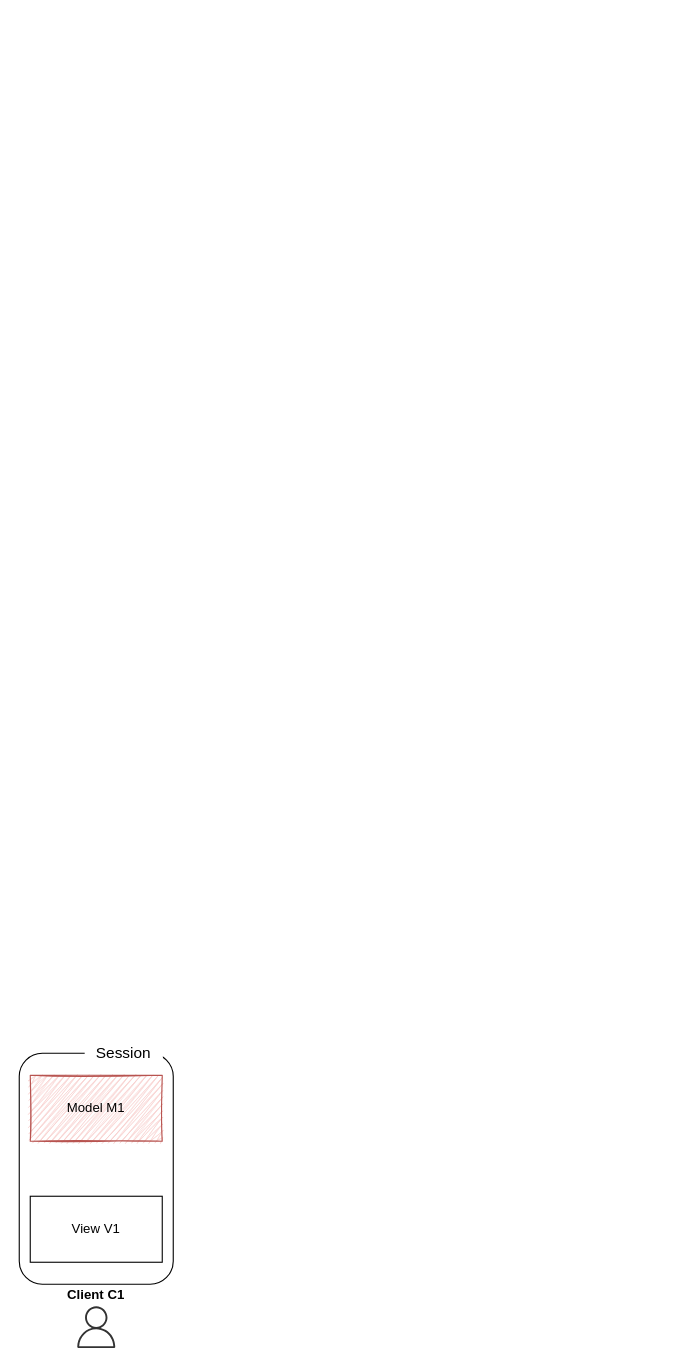
Earlier version of the draw.io diagram page "OneUser" (1 of 7) of demos/swd21/croquet/croquet-uc.drawio (LivelyKernel/lively4-core). Source tidied: cells renumbered, new cells numbered last; positions are measured from the earlier drawing's top-left corner, leaving out a move shared by most shapes. Both pictures are drawn from the tidied source at 110%, with x=0, y=0 at pixel (19, 1042).
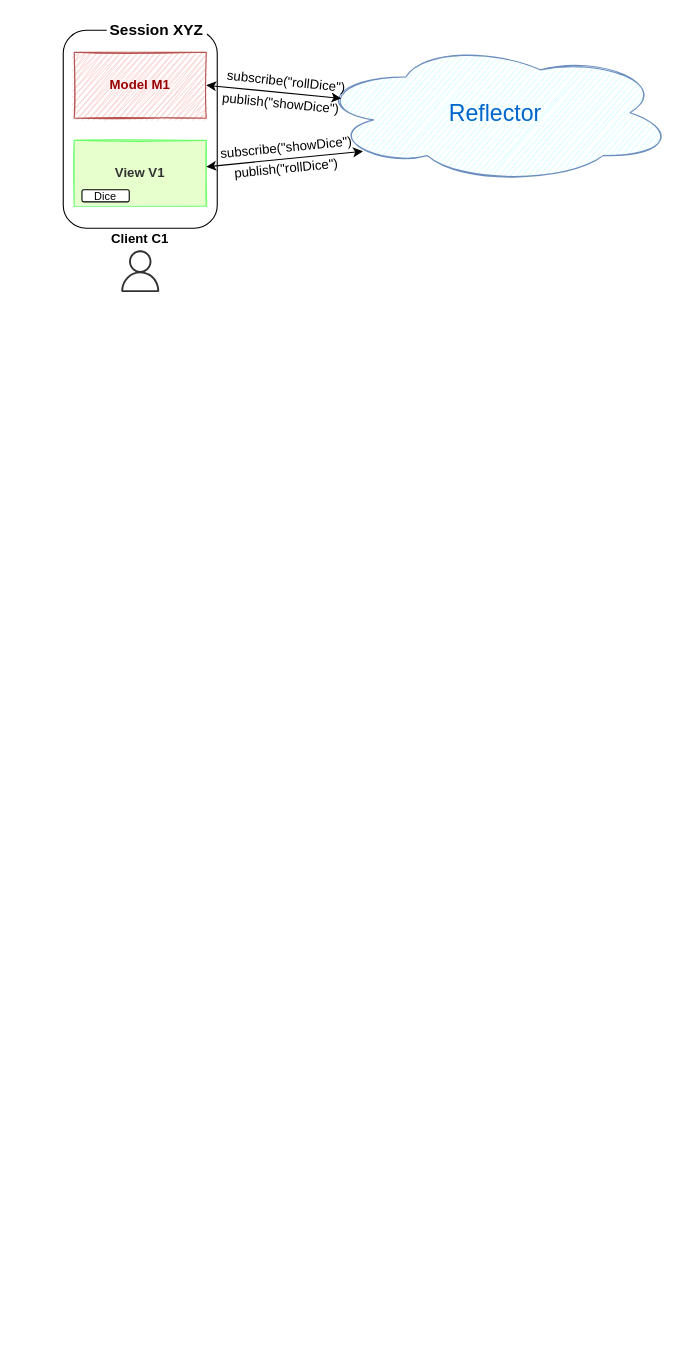
The same page after the edit.

Change to the diagram source:
```diff
@@
 <mxGraphModel background="#ffffff">
   <root>
     <mxCell id="0" />
     <mxCell id="1" parent="0" />
+    <mxCell id="4" value="View V1" style="rounded=0;whiteSpace=wrap;html=1;fontColor=#333333;sketch=1;fillStyle=solid;fontStyle=1;fillColor=#E6FFCC;strokeColor=#66FF66;" parent="1" vertex="1">
+      <mxGeometry x="50" y="-820" width="120" height="60" as="geometry" />
+    </mxCell>
     <mxCell id="2" style="rounded=1;whiteSpace=wrap;html=1;fillColor=none;" parent="1" vertex="1">
-      <mxGeometry y="10" width="140" height="210" as="geometry" />
+      <mxGeometry x="40" y="-920" width="140" height="180" as="geometry" />
     </mxCell>
-    <mxCell id="3" value="Model M1" style="rounded=0;whiteSpace=wrap;html=1;fillColor=#f8cecc;strokeColor=#b85450;sketch=1;fillStyle=zigzag;" parent="1" vertex="1">
-      <mxGeometry x="10" y="30" width="120" height="60" as="geometry" />
+    <mxCell id="3" value="Model M1" style="rounded=0;whiteSpace=wrap;html=1;fillColor=#f8cecc;strokeColor=#b85450;sketch=1;fillStyle=zigzag;fontColor=#990000;fontStyle=1;" parent="1" vertex="1">
+      <mxGeometry x="50" y="-900" width="120" height="60" as="geometry" />
     </mxCell>
-    <mxCell id="4" value="View V1" style="rounded=0;whiteSpace=wrap;html=1;" parent="1" vertex="1">
-      <mxGeometry x="10" y="140" width="120" height="60" as="geometry" />
-    </mxCell>
     <mxCell id="5" value="Client C1" style="text;html=1;strokeColor=none;fillColor=none;align=center;verticalAlign=middle;whiteSpace=wrap;rounded=0;fontStyle=1;" parent="1" vertex="1">
-      <mxGeometry x="35" y="220" width="70" height="20" as="geometry" />
+      <mxGeometry x="75" y="-740" width="70" height="20" as="geometry" />
     </mxCell>
-    <mxCell id="6" value="Session" style="text;html=1;align=center;verticalAlign=middle;whiteSpace=wrap;rounded=0;sketch=1;fontSize=14;fillColor=#ffffff;" parent="1" vertex="1">
-      <mxGeometry x="60" width="70" height="20" as="geometry" />
+    <mxCell id="6" value="Session XYZ" style="text;html=1;align=center;verticalAlign=middle;whiteSpace=wrap;rounded=0;sketch=1;fontSize=14;fillColor=#ffffff;fontStyle=1;" parent="1" vertex="1">
+      <mxGeometry x="80" y="-930" width="90" height="20" as="geometry" />
     </mxCell>
     <mxCell id="7" style="dashed=0;verticalLabelPosition=bottom;verticalAlign=top;align=center;html=1;fontSize=12;fontStyle=0;shape=mxgraph.aws4.user;sketch=0;fillColor=#333333;strokeWidth=1;" parent="1" vertex="1">
-      <mxGeometry x="51" y="240" width="38" height="38" as="geometry" />
+      <mxGeometry x="91" y="-720" width="38" height="38" as="geometry" />
     </mxCell>
+    <mxCell id="8" value="Reflector" style="ellipse;shape=cloud;whiteSpace=wrap;html=1;sketch=1;fontSize=21;strokeColor=#6c8ebf;fillColor=#CCFFFF;fontColor=#0066CC;" parent="1" vertex="1">
+      <mxGeometry x="270" y="-910" width="326" height="130" as="geometry" />
+    </mxCell>
+    <mxCell id="9" value="Dice" style="rounded=1;whiteSpace=wrap;html=1;fontSize=10;" parent="1" vertex="1">
+      <mxGeometry x="57" y="-775" width="43" height="11" as="geometry" />
+    </mxCell>
+    <mxCell id="10" style="rounded=0;orthogonalLoop=1;jettySize=auto;html=1;entryX=0.13;entryY=0.77;entryDx=0;entryDy=0;entryPerimeter=0;fontColor=#990000;startArrow=classic;startFill=1;" parent="1" edge="1">
+      <mxGeometry relative="1" as="geometry">
+        <mxPoint x="170" y="-795.9" as="sourcePoint" />
+        <mxPoint x="312.4" y="-809.9" as="targetPoint" />
+      </mxGeometry>
+    </mxCell>
+    <mxCell id="11" style="edgeStyle=none;rounded=0;orthogonalLoop=1;jettySize=auto;html=1;entryX=1;entryY=0.5;entryDx=0;entryDy=0;fontSize=12;fontColor=#000000;exitX=0.07;exitY=0.4;exitDx=0;exitDy=0;exitPerimeter=0;startArrow=classic;startFill=1;" parent="1" edge="1">
+      <mxGeometry relative="1" as="geometry">
+        <mxPoint x="292.8" y="-858" as="sourcePoint" />
+        <mxPoint x="170" y="-870" as="targetPoint" />
+      </mxGeometry>
+    </mxCell>
+    <mxCell id="12" value="publish(&quot;rollDice&quot;)" style="text;html=1;strokeColor=none;fillColor=none;align=center;verticalAlign=middle;whiteSpace=wrap;rounded=0;sketch=1;fontSize=12;rotation=354.5;" parent="1" vertex="1">
+      <mxGeometry x="190" y="-804" width="106" height="20" as="geometry" />
+    </mxCell>
+    <mxCell id="13" value="subscribe(&quot;rollDice&quot;)" style="text;html=1;strokeColor=none;fillColor=none;align=center;verticalAlign=middle;whiteSpace=wrap;rounded=0;sketch=1;fontSize=12;rotation=6;" parent="1" vertex="1">
+      <mxGeometry x="190" y="-883" width="106" height="20" as="geometry" />
+    </mxCell>
+    <mxCell id="14" value="subscribe(&quot;showDice&quot;)" style="text;html=1;strokeColor=none;fillColor=none;align=center;verticalAlign=middle;whiteSpace=wrap;rounded=0;sketch=1;fontSize=12;rotation=354.5;" parent="1" vertex="1">
+      <mxGeometry x="190" y="-823" width="106" height="20" as="geometry" />
+    </mxCell>
+    <mxCell id="15" value="publish(&quot;showDice&quot;)" style="text;html=1;strokeColor=none;fillColor=none;align=center;verticalAlign=middle;whiteSpace=wrap;rounded=0;sketch=1;fontSize=12;rotation=5.5;" parent="1" vertex="1">
+      <mxGeometry x="185" y="-863" width="106" height="20" as="geometry" />
+    </mxCell>
   </root>
 </mxGraphModel>
```
